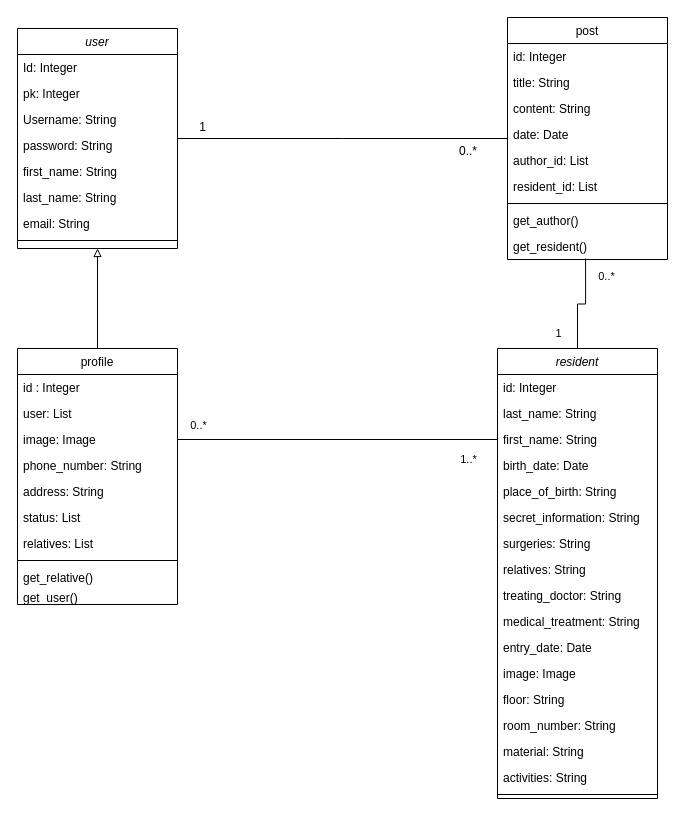
Above: 2_Dossier_de_specification_techniques/Diagramme de classe/D.de.Classes.drawio in LekishviliRati/P13_Patient_follow-up_diary (draw.io), before the change. Source tidied: cells renumbered, new cells numbered last; positions are measured from the earlier drawing's top-left corner, leaving out a move shared by most shapes. Both pictures are drawn from the tidied source at 100%, with x=0, y=0 at pixel (17, 17).
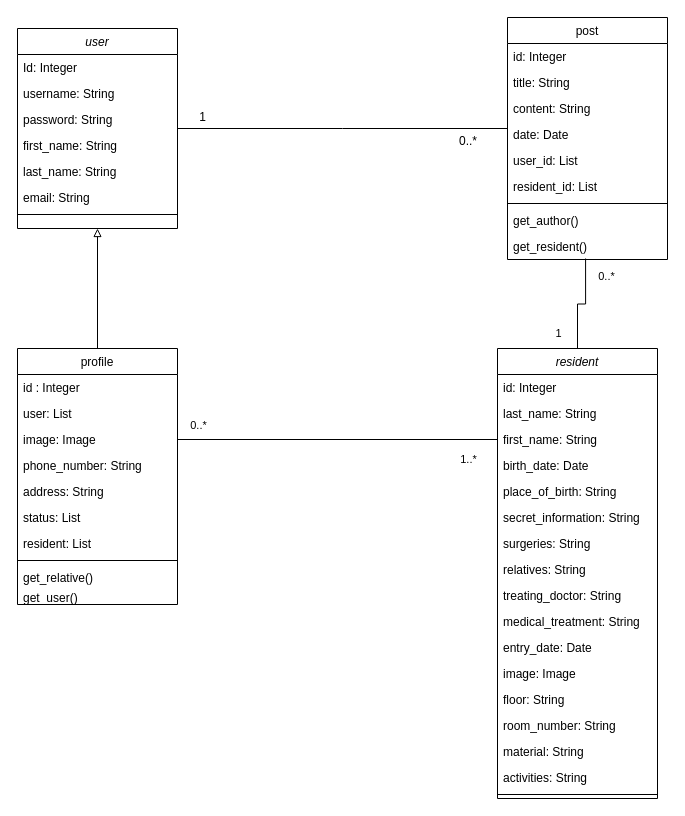
The same page after the edit.

Unchanged cells that the change refers to:
```xml
<mxCell id="12" value="profile" style="swimlane;fontStyle=0;align=center;verticalAlign=top;horizontal=1;startSize=26;rounded=0;shadow=0;strokeWidth=1;" parent="1" vertex="1">
  <mxGeometry y="331" width="160" height="256" as="geometry" />
</mxCell>
<mxCell id="23" value="post" style="swimlane;fontStyle=0;align=center;verticalAlign=top;horizontal=1;startSize=26;rounded=0;shadow=0;strokeWidth=1;" parent="1" vertex="1">
  <mxGeometry x="490" width="160" height="242" as="geometry" />
</mxCell>
```

The edit, as a diff of the source:
```diff
@@
     <mxCell id="2" value="user" style="swimlane;fontStyle=2;align=center;verticalAlign=top;horizontal=1;startSize=26;rounded=0;shadow=0;strokeWidth=1;" parent="1" vertex="1">
-      <mxGeometry y="11" width="160" height="220" as="geometry" />
+      <mxGeometry y="11" width="160" height="200" as="geometry" />
     </mxCell>
@@
-    <mxCell id="4" value="pk: Integer" style="text;align=left;verticalAlign=top;spacingLeft=4;spacingRight=4;overflow=hidden;rounded=0;shadow=0;html=0;" parent="2" vertex="1">
-      <mxGeometry y="52" width="160" height="26" as="geometry" />
-    </mxCell>
-    <mxCell id="5" value="Username: String" style="text;align=left;verticalAlign=top;spacingLeft=4;spacingRight=4;overflow=hidden;rounded=0;shadow=0;html=0;" parent="2" vertex="1">
-      <mxGeometry y="78" width="160" height="26" as="geometry" />
+    <mxCell id="5" value="username: String" style="text;align=left;verticalAlign=top;spacingLeft=4;spacingRight=4;overflow=hidden;rounded=0;shadow=0;html=0;" parent="2" vertex="1">
+      <mxGeometry y="52" width="160" height="26" as="geometry" />
     </mxCell>
     <mxCell id="6" value="password: String" style="text;align=left;verticalAlign=top;spacingLeft=4;spacingRight=4;overflow=hidden;rounded=0;shadow=0;html=0;" parent="2" vertex="1">
-      <mxGeometry y="104" width="160" height="26" as="geometry" />
+      <mxGeometry y="78" width="160" height="26" as="geometry" />
     </mxCell>
     <mxCell id="7" value="first_name: String" style="text;align=left;verticalAlign=top;spacingLeft=4;spacingRight=4;overflow=hidden;rounded=0;shadow=0;html=0;" parent="2" vertex="1">
-      <mxGeometry y="130" width="160" height="26" as="geometry" />
+      <mxGeometry y="104" width="160" height="26" as="geometry" />
     </mxCell>
     <mxCell id="8" value="last_name: String" style="text;align=left;verticalAlign=top;spacingLeft=4;spacingRight=4;overflow=hidden;rounded=0;shadow=0;html=0;" parent="2" vertex="1">
-      <mxGeometry y="156" width="160" height="26" as="geometry" />
+      <mxGeometry y="130" width="160" height="26" as="geometry" />
     </mxCell>
     <mxCell id="9" value="email: String" style="text;align=left;verticalAlign=top;spacingLeft=4;spacingRight=4;overflow=hidden;rounded=0;shadow=0;html=0;" parent="2" vertex="1">
-      <mxGeometry y="182" width="160" height="26" as="geometry" />
+      <mxGeometry y="156" width="160" height="26" as="geometry" />
     </mxCell>
     <mxCell id="10" style="line;html=1;strokeWidth=1;align=left;verticalAlign=middle;spacingTop=-1;spacingLeft=3;spacingRight=3;labelPosition=right;" parent="2" vertex="1">
-      <mxGeometry y="208" width="160" height="8" as="geometry" />
+      <mxGeometry y="182" width="160" height="8" as="geometry" />
     </mxCell>
@@
-    <mxCell id="19" value="relatives: List" style="text;align=left;verticalAlign=top;spacingLeft=4;spacingRight=4;overflow=hidden;" parent="12" vertex="1">
+    <mxCell id="19" value="resident: List" style="text;align=left;verticalAlign=top;spacingLeft=4;spacingRight=4;overflow=hidden;" parent="12" vertex="1">
       <mxGeometry y="182" width="160" height="26" as="geometry" />
     </mxCell>
@@
-    <mxCell id="28" value="author_id: List" style="text;align=left;verticalAlign=top;spacingLeft=4;spacingRight=4;overflow=hidden;rounded=0;shadow=0;html=0;" parent="23" vertex="1">
+    <mxCell id="28" value="user_id: List" style="text;align=left;verticalAlign=top;spacingLeft=4;spacingRight=4;overflow=hidden;rounded=0;shadow=0;html=0;" parent="23" vertex="1">
       <mxGeometry y="130" width="160" height="26" as="geometry" />
     </mxCell>
```
